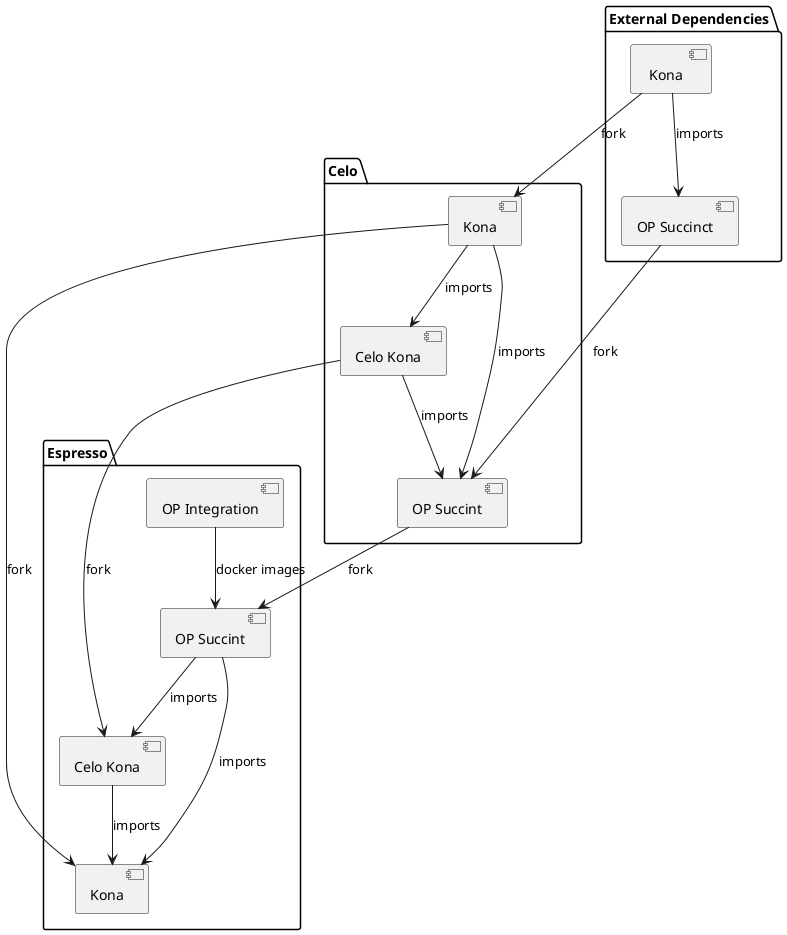
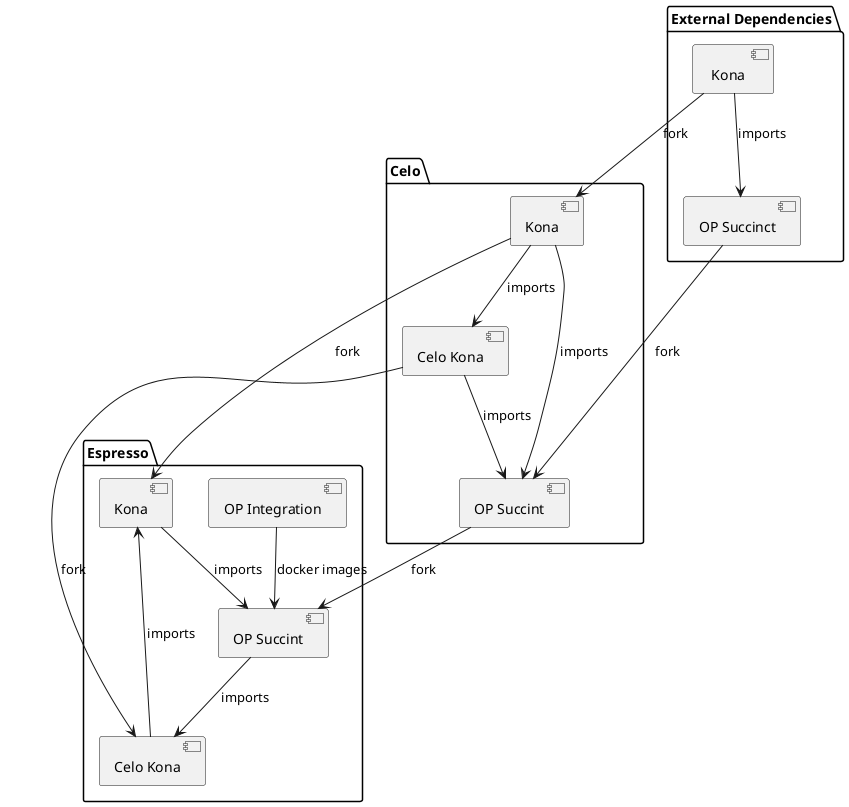
@startuml

package "External Dependencies" {
  [ Kona ] as KonaExternal
  [OP Succinct] as OPSuccintExternal
}

package "Celo" {
  [Kona] as KonaCelo
  [Celo Kona] as CeloKonaCelo
  [OP Succint] as OPSuccintCelo
}

package "Espresso" {
  [Kona] as KonaEspresso
  [Celo Kona] as CeloKonaEspresso
  [OP Succint] as OPSuccintEspresso
  [OP Integration] as OpIntegration
}


 KonaCelo--> CeloKonaCelo: imports

 CeloKonaCelo--> OPSuccintCelo : imports
 KonaExternal--> OPSuccintExternal : imports
KonaCelo  --> OPSuccintCelo: imports

KonaExternal --> KonaCelo: fork
OPSuccintExternal --> OPSuccintCelo: fork
KonaCelo --> KonaEspresso: fork
CeloKonaCelo --> CeloKonaEspresso: fork
OPSuccintCelo --> OPSuccintEspresso: fork

OpIntegration --> OPSuccintEspresso : docker images
CeloKonaEspresso  --> KonaEspresso: imports
OPSuccintEspresso --> CeloKonaEspresso: imports
- OPSuccintEspresso --> KonaEspresso: imports
+ KonaEspresso --> OPSuccintEspresso : imports


@enduml
